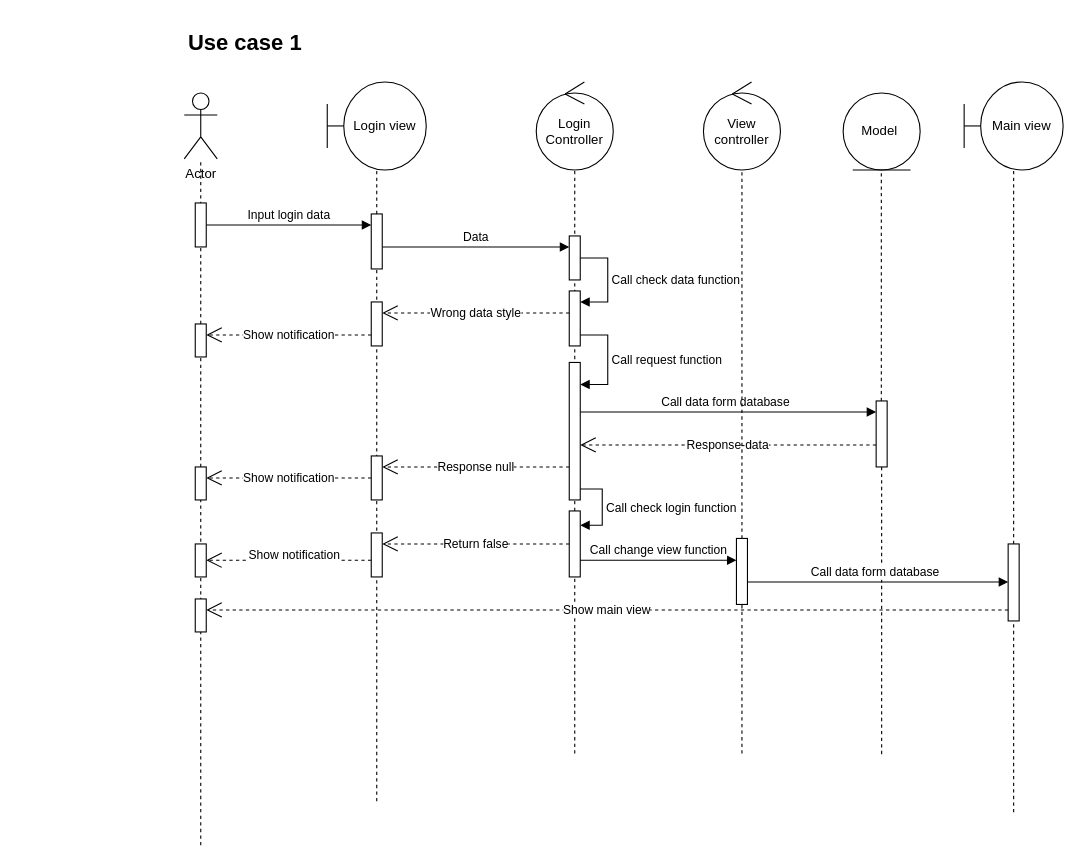
Above: page "Login" (3 of 13) of Diagram.drawio in DnhTrn/finall_project (draw.io), before the change. Source tidied: cells renumbered, new cells numbered last; positions are measured from the earlier drawing's top-left corner, leaving out a move shared by most shapes. Both pictures are drawn from the tidied source at 110%, with x=0, y=0 at pixel (173, 19).
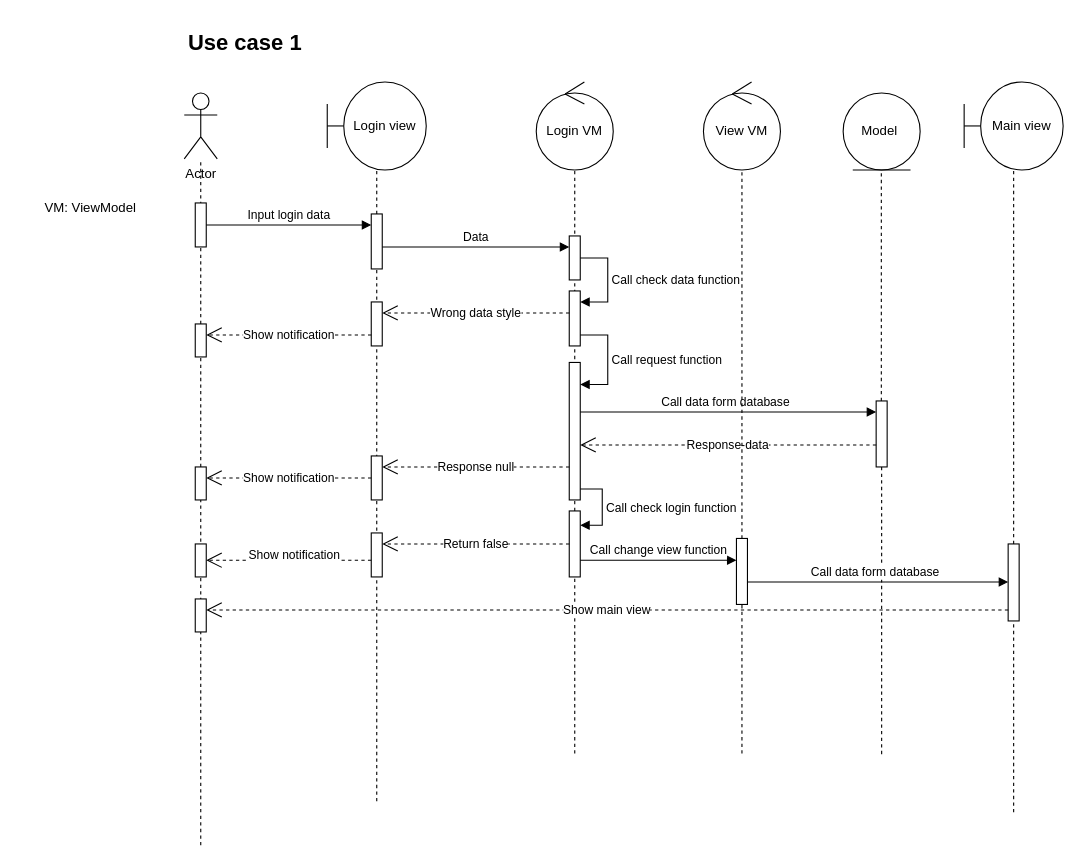
Above is the later version.

Commit message:
Cập nhật Diagram.drawio

What changed in the source:
```diff
@@
-    <mxCell id="9" value="Login Controller" style="ellipse;shape=umlControl;whiteSpace=wrap;html=1;" parent="1" vertex="1">
+    <mxCell id="9" value="Login VM" style="ellipse;shape=umlControl;whiteSpace=wrap;html=1;" parent="1" vertex="1">
       <mxGeometry x="330" y="57" width="70" height="80" as="geometry" />
     </mxCell>
@@
-    <mxCell id="47" value="View controller" style="ellipse;shape=umlControl;whiteSpace=wrap;html=1;" parent="1" vertex="1">
+    <mxCell id="47" value="View VM" style="ellipse;shape=umlControl;whiteSpace=wrap;html=1;" parent="1" vertex="1">
       <mxGeometry x="482" y="57" width="70" height="80" as="geometry" />
     </mxCell>
@@
+    <mxCell id="53" value="VM: ViewModel" style="text;html=1;align=center;verticalAlign=middle;whiteSpace=wrap;rounded=0;" parent="1" vertex="1">
+      <mxGeometry x="-140" y="157" width="130" height="30" as="geometry" />
+    </mxCell>
```
